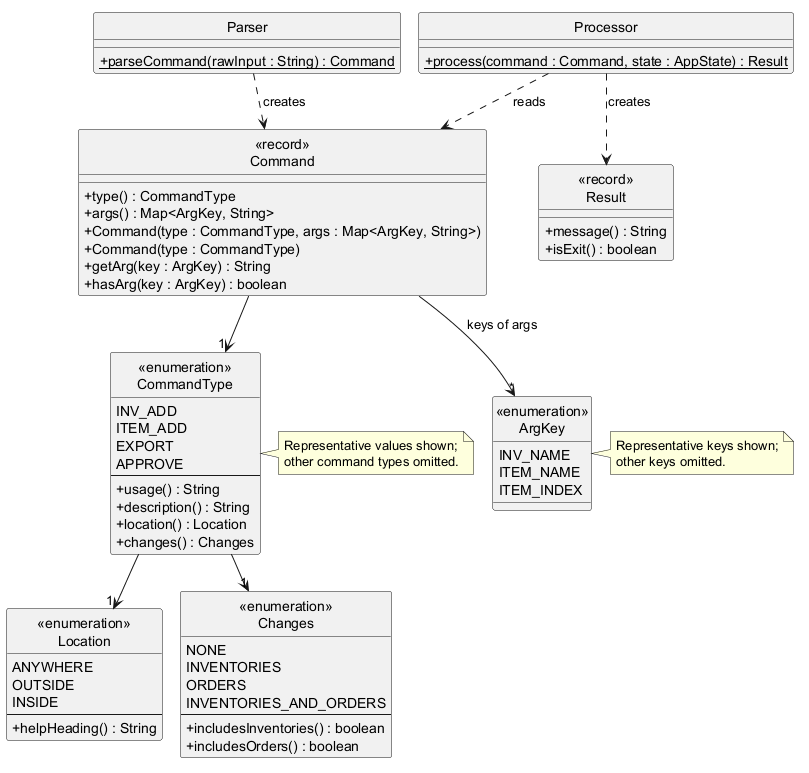
Earlier version of the PlantUML export docs/images/CommandClassDiagram.png (AY2627S1-CS2113-W14-4/tp).
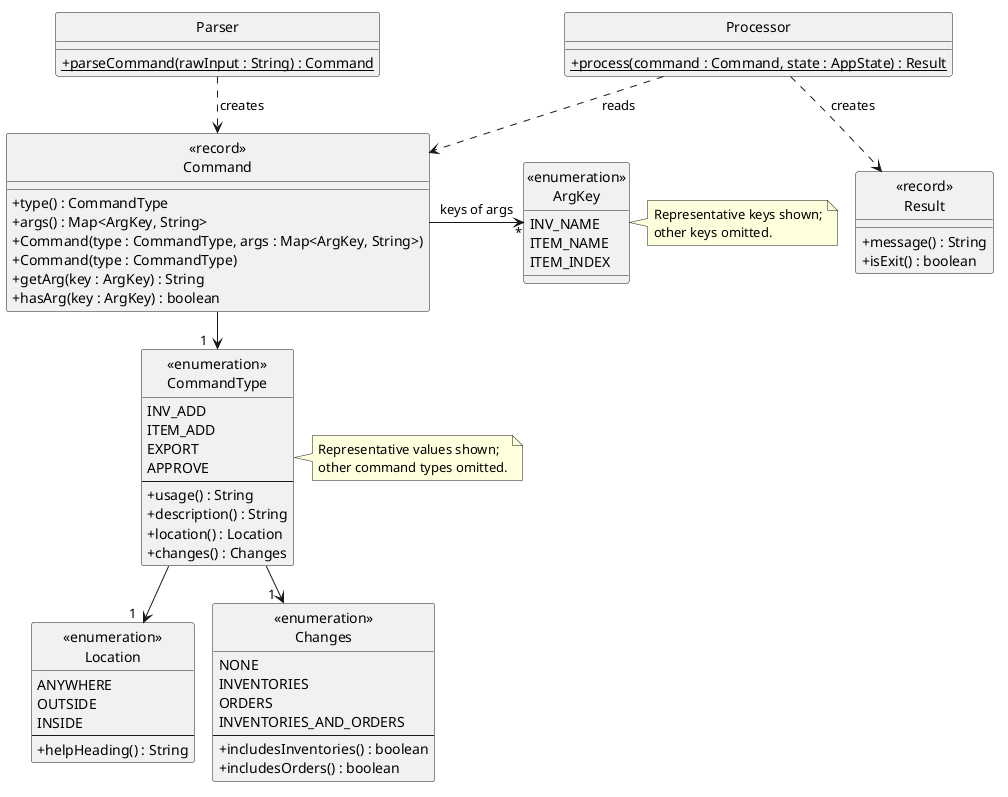
After the change.

Commit message:
Keep command diagram multiplicities clear of arrowheads

Change to the diagram source:
```diff
@@ -61,10 +61,10 @@
     + {static} process(command : Command, state : AppState) : Result
 }
 
-Command --> "1" CommandType
-CommandType --> "1" Location
-CommandType --> "1" Changes
-Command --> "*" ArgKey : keys of args
+Command -down-> "1   " CommandType
+CommandType -down-> "1  " Location
+CommandType -down-> "1  " Changes
+Command -right-> "*\n" ArgKey : keys of args
 Parser ..> Command : creates
 Processor ..> Command : reads
 Processor ..> Result : creates
```
